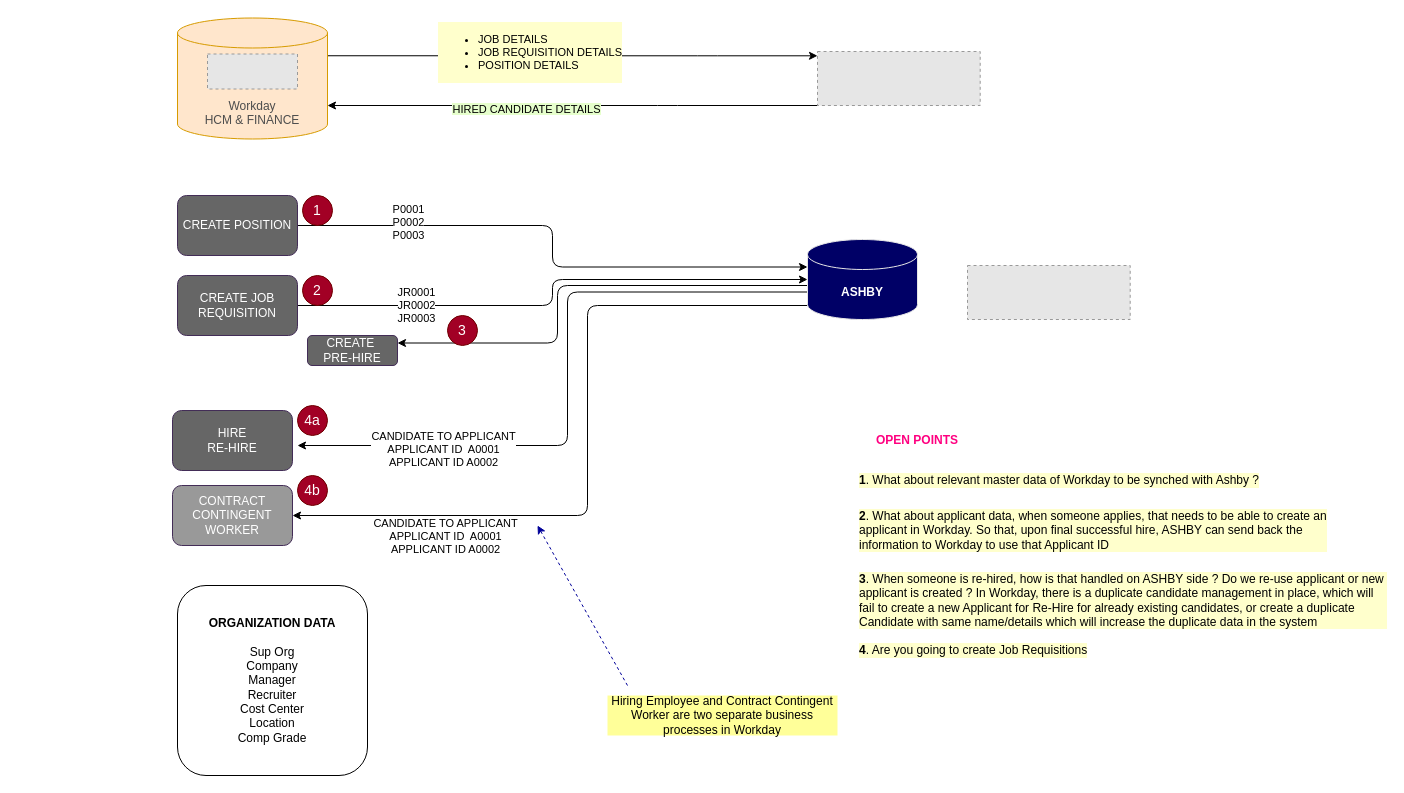
The draw.io diagram ASHBY Recruiting Integration.drawio in sandyaroma/sandyaroma, before the edit. Source tidied: cells renumbered, new cells numbered last; positions are measured from the earlier drawing's top-left corner, leaving out a move shared by most shapes. Both pictures are drawn from the tidied source at 100%, with x=0, y=0 at pixel (17, 17). Pictures stored in the file or linked from it are replaced by grey dashed boxes.
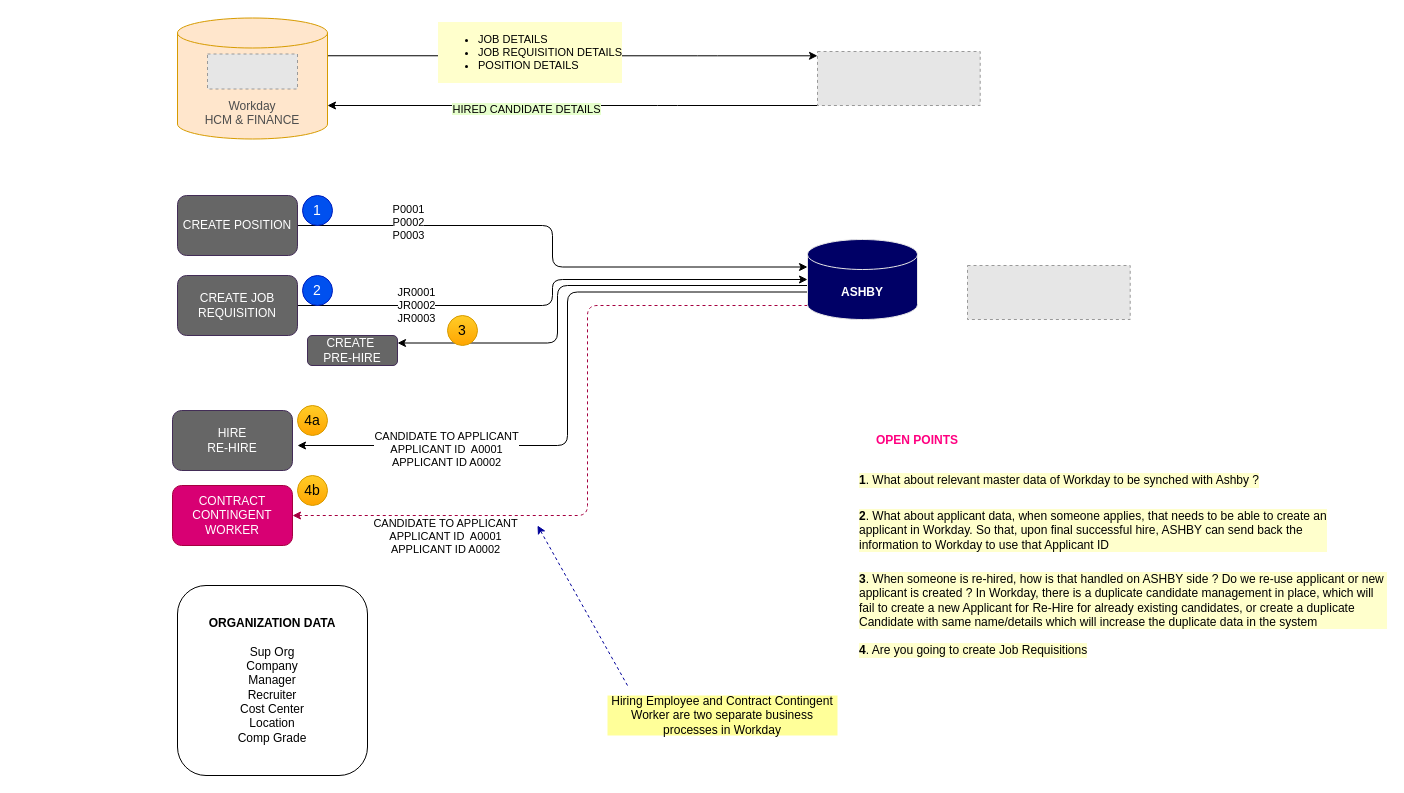
Above is the later version.

The change refers to these unchanged cells:
```xml
<mxCell id="13" style="edgeStyle=orthogonalEdgeStyle;rounded=1;jettySize=auto;html=1;exitX=0;exitY=0;exitDx=0;exitDy=52.5;exitPerimeter=0;curved=0;" parent="1" edge="1" source="18">
  <mxGeometry relative="1" as="geometry">
    <mxPoint x="280" y="428" as="targetPoint" />
    <Array as="points">
      <mxPoint x="550" y="275" />
      <mxPoint x="550" y="428" />
    </Array>
  </mxGeometry>
</mxCell>
<mxCell id="18" value="&lt;font color=&quot;#ffffff&quot;&gt;&lt;b&gt;ASHBY&lt;/b&gt;&lt;/font&gt;" style="shape=cylinder3;whiteSpace=wrap;html=1;boundedLbl=1;backgroundOutline=1;size=15;fillColor=#000066;strokeColor=#E6E6E6;" parent="1" vertex="1">
  <mxGeometry x="790" y="222" width="110" height="80" as="geometry" />
</mxCell>
```

Change to the diagram source:
```diff
@@
     <mxCell id="14" value="CANDIDATE TO APPLICANT&lt;div&gt;APPLICANT ID&amp;nbsp; A0001&lt;/div&gt;&lt;div&gt;APPLICANT ID A0002&lt;/div&gt;" style="edgeLabel;html=1;align=center;verticalAlign=middle;" parent="13" vertex="1">
-      <mxGeometry x="0.56" y="3" relative="1" as="geometry" />
+      <mxGeometry x="0.56" y="3" relative="1" as="geometry">
+        <mxPoint x="3" as="offset" />
+      </mxGeometry>
     </mxCell>
-    <mxCell id="15" style="edgeStyle=orthogonalEdgeStyle;rounded=1;jettySize=auto;html=1;entryX=1;entryY=0.5;entryDx=0;entryDy=0;curved=0;" parent="1" edge="1" source="18" target="24">
+    <mxCell id="15" style="edgeStyle=orthogonalEdgeStyle;rounded=1;jettySize=auto;html=1;entryX=1;entryY=0.5;entryDx=0;entryDy=0;curved=0;fillColor=#d80073;strokeColor=#A50040;dashed=1;" parent="1" edge="1" source="18" target="24">
       <mxGeometry relative="1" as="geometry">
         <Array as="points">
           <mxPoint x="570" y="288" />
           <mxPoint x="570" y="498" />
         </Array>
       </mxGeometry>
     </mxCell>
@@
-    <mxCell id="24" value="CONTRACT CONTINGENT WORKER" style="rounded=1;whiteSpace=wrap;html=1;fillColor=#999999;fontColor=#ffffff;strokeColor=#432D57;" parent="1" vertex="1">
+    <mxCell id="24" value="CONTRACT CONTINGENT WORKER" style="rounded=1;whiteSpace=wrap;html=1;fillColor=#d80073;fontColor=#ffffff;strokeColor=#A50040;" parent="1" vertex="1">
       <mxGeometry x="155" y="468" width="120" height="60" as="geometry" />
     </mxCell>
@@
-    <mxCell id="32" value="&lt;font style=&quot;font-size: 14px;&quot;&gt;1&lt;/font&gt;" style="ellipse;whiteSpace=wrap;html=1;fillColor=#a20025;fontColor=#ffffff;strokeColor=#6F0000;" parent="1" vertex="1">
+    <mxCell id="32" value="&lt;font style=&quot;font-size: 14px;&quot;&gt;1&lt;/font&gt;" style="ellipse;whiteSpace=wrap;html=1;fillColor=#0050ef;fontColor=#ffffff;strokeColor=#001DBC;" parent="1" vertex="1">
       <mxGeometry x="285" y="178" width="30" height="30" as="geometry" />
     </mxCell>
-    <mxCell id="33" value="&lt;span style=&quot;font-size: 14px;&quot;&gt;2&lt;/span&gt;" style="ellipse;whiteSpace=wrap;html=1;fillColor=#a20025;fontColor=#ffffff;strokeColor=#6F0000;" parent="1" vertex="1">
+    <mxCell id="33" value="&lt;span style=&quot;font-size: 14px;&quot;&gt;2&lt;/span&gt;" style="ellipse;whiteSpace=wrap;html=1;fillColor=#0050ef;fontColor=#ffffff;strokeColor=#001DBC;" parent="1" vertex="1">
       <mxGeometry x="285" y="258" width="30" height="30" as="geometry" />
     </mxCell>
-    <mxCell id="34" value="&lt;span style=&quot;font-size: 14px;&quot;&gt;3&lt;/span&gt;" style="ellipse;whiteSpace=wrap;html=1;fillColor=#a20025;fontColor=#ffffff;strokeColor=#6F0000;" parent="1" vertex="1">
+    <mxCell id="34" value="&lt;span style=&quot;font-size: 14px;&quot;&gt;3&lt;/span&gt;" style="ellipse;whiteSpace=wrap;html=1;fillColor=#ffcd28;strokeColor=#d79b00;gradientColor=#ffa500;" parent="1" vertex="1">
       <mxGeometry x="430" y="298" width="30" height="30" as="geometry" />
     </mxCell>
-    <mxCell id="35" value="&lt;span style=&quot;font-size: 14px;&quot;&gt;4a&lt;/span&gt;" style="ellipse;whiteSpace=wrap;html=1;fillColor=#a20025;fontColor=#ffffff;strokeColor=#6F0000;" parent="1" vertex="1">
+    <mxCell id="35" value="&lt;span style=&quot;font-size: 14px;&quot;&gt;4a&lt;/span&gt;" style="ellipse;whiteSpace=wrap;html=1;fillColor=#ffcd28;strokeColor=#d79b00;gradientColor=#ffa500;" parent="1" vertex="1">
       <mxGeometry x="280" y="388" width="30" height="30" as="geometry" />
     </mxCell>
-    <mxCell id="36" value="&lt;span style=&quot;font-size: 14px;&quot;&gt;4b&lt;/span&gt;" style="ellipse;whiteSpace=wrap;html=1;fillColor=#a20025;fontColor=#ffffff;strokeColor=#6F0000;" parent="1" vertex="1">
+    <mxCell id="36" value="&lt;span style=&quot;font-size: 14px;&quot;&gt;4b&lt;/span&gt;" style="ellipse;whiteSpace=wrap;html=1;fillColor=#ffcd28;strokeColor=#d79b00;gradientColor=#ffa500;" parent="1" vertex="1">
       <mxGeometry x="280" y="458" width="30" height="30" as="geometry" />
     </mxCell>
```
